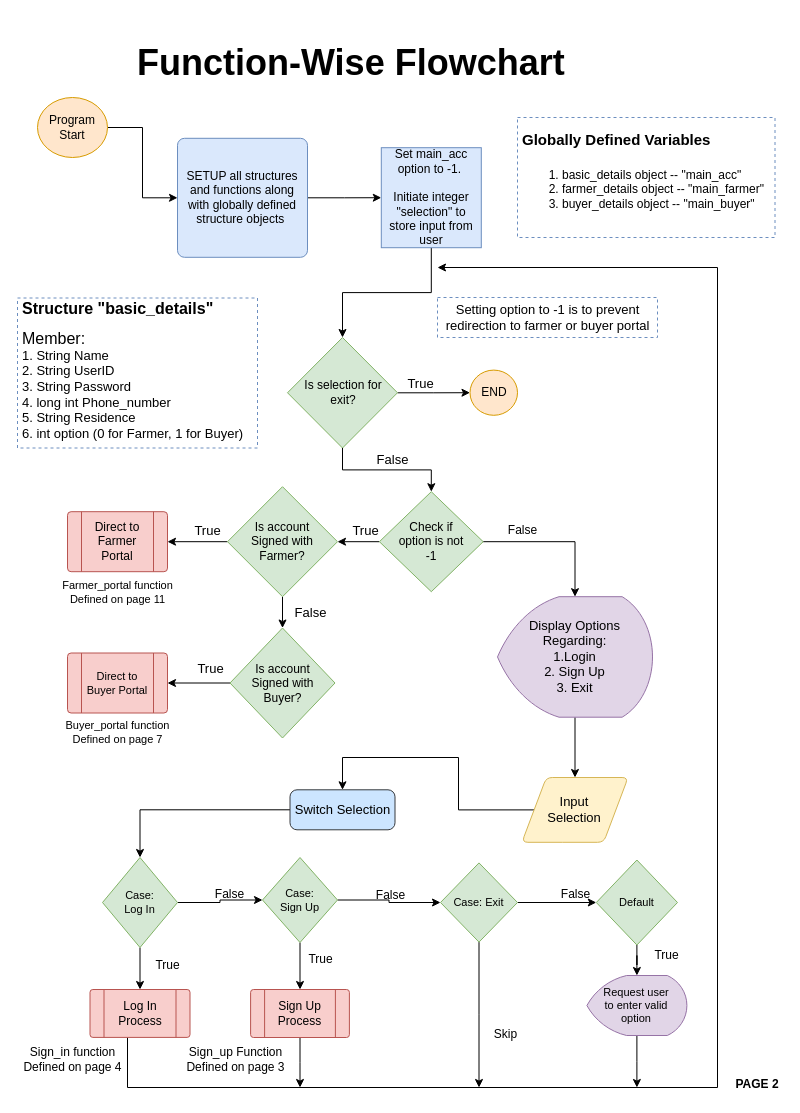
Before: page "2. Main_Function" (2 of 14) of Flow Charts/Pdfs/Simplified.drawio in dhruvbanerjee77/FARMHOUSE-A-Marketing-Portal, a draw.io diagram. Source tidied: cells renumbered, new cells numbered last; positions are measured from the earlier drawing's top-left corner, leaving out a move shared by most shapes. Both pictures are drawn from the tidied source at 100%, with x=0, y=0 at pixel (17, 27).
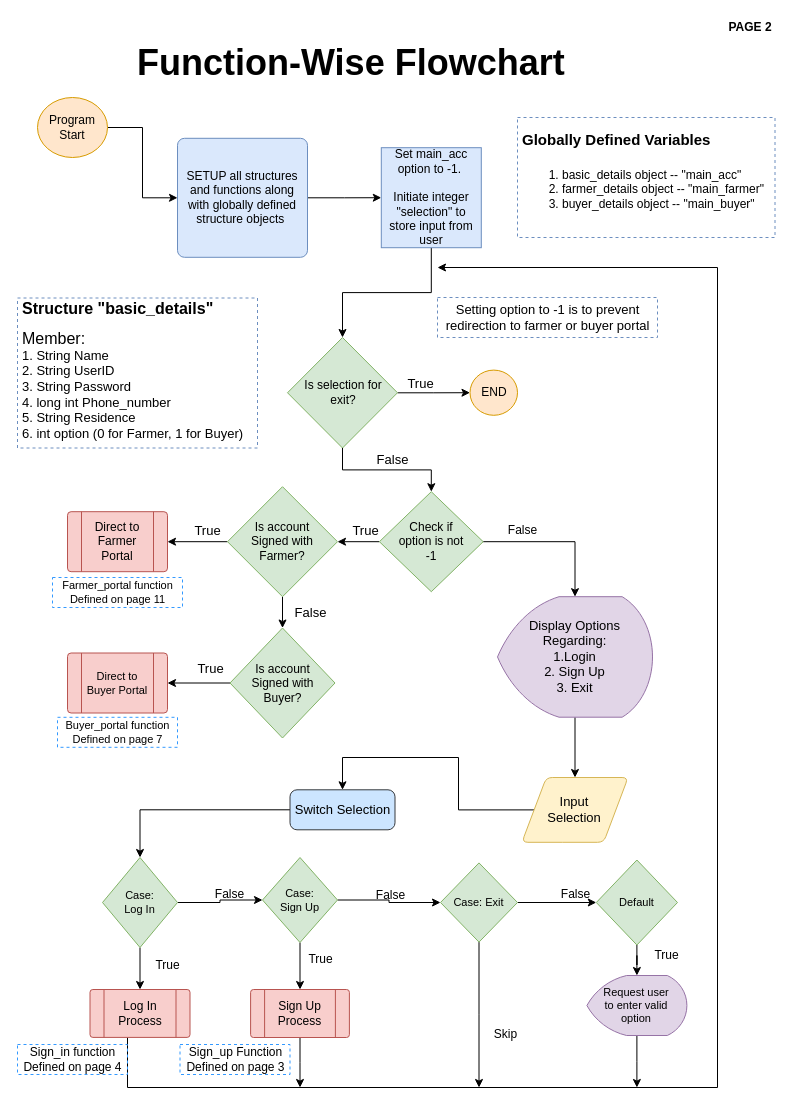
The same diagram, later.

Change to the diagram source:
```diff
@@
-    <mxCell id="61" value="Farmer_portal&amp;nbsp;function&lt;br&gt;Defined on page 11" style="text;html=1;align=center;verticalAlign=middle;fontSize=11;" parent="1" vertex="1">
+    <mxCell id="61" value="Farmer_portal&amp;nbsp;function&lt;br&gt;Defined on page 11" style="text;html=1;align=center;verticalAlign=middle;fontSize=11;strokeColor=#3399FF;dashed=1;" parent="1" vertex="1">
       <mxGeometry x="35" y="550" width="130" height="30" as="geometry" />
     </mxCell>
-    <mxCell id="62" value="Buyer_portal&amp;nbsp;function&lt;br&gt;Defined on page 7" style="text;html=1;align=center;verticalAlign=middle;fontSize=11;" parent="1" vertex="1">
+    <mxCell id="62" value="Buyer_portal&amp;nbsp;function&lt;br&gt;Defined on page 7" style="text;html=1;align=center;verticalAlign=middle;fontSize=11;strokeColor=#3399FF;dashed=1;" parent="1" vertex="1">
       <mxGeometry x="40" y="689.8" width="120" height="30" as="geometry" />
     </mxCell>
-    <mxCell id="63" value="Sign_in function&lt;br&gt;Defined on page 4" style="text;html=1;align=center;verticalAlign=middle;fontSize=12;" parent="1" vertex="1">
+    <mxCell id="63" value="Sign_in function&lt;br&gt;Defined on page 4" style="text;html=1;align=center;verticalAlign=middle;fontSize=12;strokeColor=#3399FF;dashed=1;" parent="1" vertex="1">
       <mxGeometry y="1017" width="110" height="30" as="geometry" />
     </mxCell>
-    <mxCell id="64" value="Sign_up Function&lt;br&gt;Defined on page 3" style="text;html=1;align=center;verticalAlign=middle;fontSize=12;" parent="1" vertex="1">
+    <mxCell id="64" value="Sign_up Function&lt;br&gt;Defined on page 3" style="text;html=1;align=center;verticalAlign=middle;fontSize=12;strokeColor=#3399FF;dashed=1;" parent="1" vertex="1">
       <mxGeometry x="162.5" y="1017" width="110" height="30" as="geometry" />
     </mxCell>
@@
     <mxCell id="67" value="&lt;b&gt;PAGE 2&lt;br&gt;&lt;/b&gt;" style="text;html=1;strokeColor=none;fillColor=none;align=center;verticalAlign=middle;whiteSpace=wrap;rounded=0;" parent="1" vertex="1">
-      <mxGeometry x="715" y="1047" width="50" height="20" as="geometry" />
+      <mxGeometry x="707.5" y="-10" width="50" height="20" as="geometry" />
     </mxCell>
```
